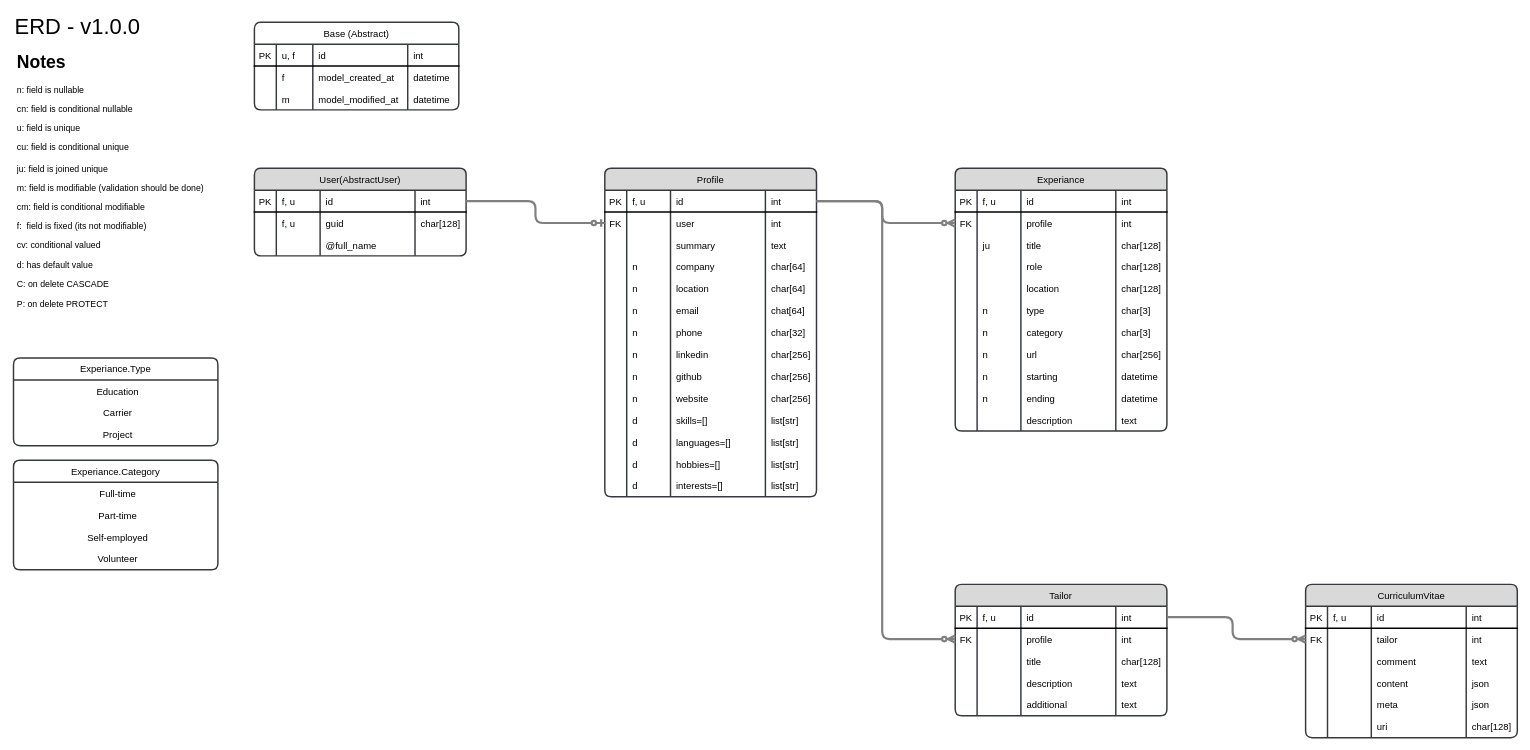
Earlier version of the draw.io diagram docs/ERD.drawio (TailorVitAI/backend). Source tidied: cells renumbered, new cells numbered last; positions are measured from the earlier drawing's top-left corner, leaving out a move shared by most shapes. Both pictures are drawn from the tidied source at 73%, with x=0, y=0 at pixel (13, 15).
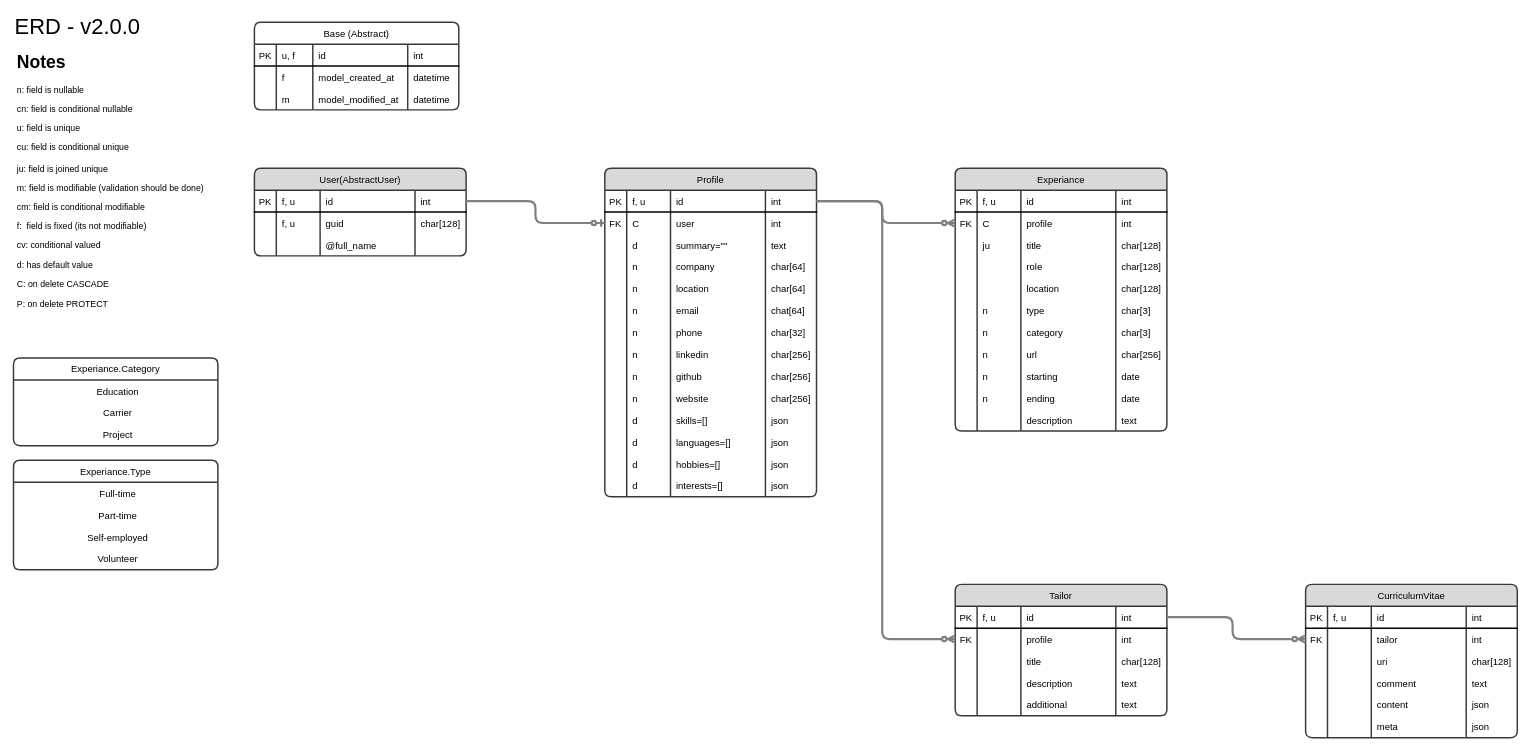
After the change.

The change refers to these unchanged cells:
```xml
<mxCell id="42" style="shape=tableRow;horizontal=0;startSize=0;swimlaneHead=0;swimlaneBody=0;fillColor=none;points=[[0,0.5],[1,0.5]];portConstraint=eastwest;top=0;left=0;right=0;bottom=0;rounded=1;strokeWidth=2;fontStyle=0;fontFamily=Helvetica;fontSize=13;" parent="36" vertex="1">
  <mxGeometry y="60" width="290" height="30" as="geometry" />
</mxCell>
<mxCell id="77" style="shape=tableRow;horizontal=0;startSize=0;swimlaneHead=0;swimlaneBody=0;fillColor=none;top=0;left=0;right=0;bottom=0;rounded=1;strokeWidth=2;fontStyle=0;fontFamily=Helvetica;fontSize=13;" parent="36" vertex="1">
  <mxGeometry y="270" width="290" height="30" as="geometry" />
</mxCell>
<mxCell id="82" style="shape=tableRow;horizontal=0;startSize=0;swimlaneHead=0;swimlaneBody=0;fillColor=none;top=0;left=0;right=0;bottom=0;rounded=1;strokeWidth=2;fontStyle=0;fontFamily=Helvetica;fontSize=13;" parent="36" vertex="1">
  <mxGeometry y="300" width="290" height="30" as="geometry" />
</mxCell>
<mxCell id="114" style="shape=tableRow;horizontal=0;startSize=0;swimlaneHead=0;swimlaneBody=0;fillColor=none;points=[[0,0.5],[1,0.5]];portConstraint=eastwest;top=0;left=0;right=0;bottom=0;rounded=1;strokeWidth=2;fontStyle=0;fontFamily=Helvetica;fontSize=13;" parent="108" vertex="1">
  <mxGeometry y="60" width="290" height="30" as="geometry" />
</mxCell>
<mxCell id="119" style="shape=tableRow;horizontal=0;startSize=0;swimlaneHead=0;swimlaneBody=0;fillColor=none;top=0;left=0;right=0;bottom=0;rounded=1;strokeWidth=2;fontStyle=0;fontFamily=Helvetica;fontSize=13;" parent="108" vertex="1">
  <mxGeometry y="90" width="290" height="30" as="geometry" />
</mxCell>
<mxCell id="159" style="shape=tableRow;horizontal=0;startSize=0;swimlaneHead=0;swimlaneBody=0;fillColor=none;top=0;left=0;right=0;bottom=0;rounded=1;strokeWidth=2;fontStyle=0;fontFamily=Helvetica;fontSize=13;" parent="108" vertex="1">
  <mxGeometry y="330" width="290" height="30" as="geometry" />
</mxCell>
<mxCell id="164" style="shape=tableRow;horizontal=0;startSize=0;swimlaneHead=0;swimlaneBody=0;fillColor=none;top=0;left=0;right=0;bottom=0;rounded=1;strokeWidth=2;fontStyle=0;fontFamily=Helvetica;fontSize=13;" parent="108" vertex="1">
  <mxGeometry y="360" width="290" height="30" as="geometry" />
</mxCell>
<mxCell id="169" style="shape=tableRow;horizontal=0;startSize=0;swimlaneHead=0;swimlaneBody=0;fillColor=none;top=0;left=0;right=0;bottom=0;rounded=1;strokeWidth=2;fontStyle=0;fontFamily=Helvetica;fontSize=13;" parent="108" vertex="1">
  <mxGeometry y="390" width="290" height="30" as="geometry" />
</mxCell>
<mxCell id="174" style="shape=tableRow;horizontal=0;startSize=0;swimlaneHead=0;swimlaneBody=0;fillColor=none;top=0;left=0;right=0;bottom=0;rounded=1;strokeWidth=2;fontStyle=0;fontFamily=Helvetica;fontSize=13;" parent="108" vertex="1">
  <mxGeometry y="420" width="290" height="30" as="geometry" />
</mxCell>
<mxCell id="208" value="CurriculumVitae" style="shape=table;startSize=30;childLayout=tableLayout;rowLines=0;fontStyle=0;align=center;rounded=1;sketch=0;shadow=0;swimlaneLine=1;labelBorderColor=none;labelBackgroundColor=none;enumerate=0;fillColor=#D9D9D9;strokeColor=#36393d;fontSize=13;spacing=7;spacingTop=0;verticalAlign=bottom;arcSize=10;strokeWidth=2;fontFamily=Helvetica;" parent="1" vertex="1">
  <mxGeometry x="1770" y="780" width="290" height="210" as="geometry" />
</mxCell>
```

Change to the diagram source:
```diff
@@
-    <mxCell id="18" value="&lt;font style=&quot;font-size: 30px;&quot;&gt;ERD - v1.0.0&lt;/font&gt;" style="text;html=1;strokeColor=none;fillColor=none;align=left;verticalAlign=middle;whiteSpace=wrap;rounded=0;" parent="1" vertex="1">
+    <mxCell id="18" value="&lt;font style=&quot;font-size: 30px;&quot;&gt;ERD - v2.0.0&lt;/font&gt;" style="text;html=1;strokeColor=none;fillColor=none;align=left;verticalAlign=middle;whiteSpace=wrap;rounded=0;" parent="1" vertex="1">
       <mxGeometry width="320" height="30" as="geometry" />
     </mxCell>
@@
-    <mxCell id="44" style="shape=partialRectangle;fillColor=none;top=0;left=0;bottom=0;right=0;align=left;spacingLeft=6;overflow=hidden;rounded=1;strokeWidth=2;fontStyle=0;fontFamily=Helvetica;fontSize=13;" parent="42" vertex="1">
+    <mxCell id="44" value="C" style="shape=partialRectangle;fillColor=none;top=0;left=0;bottom=0;right=0;align=left;spacingLeft=6;overflow=hidden;rounded=1;strokeWidth=2;fontStyle=0;fontFamily=Helvetica;fontSize=13;" parent="42" vertex="1">
       <mxGeometry x="30" width="60" height="30" as="geometry" />
     </mxCell>
@@
-    <mxCell id="81" value="datetime" style="shape=partialRectangle;fillColor=none;top=0;left=0;bottom=0;right=0;align=left;spacingLeft=6;overflow=hidden;rounded=1;strokeWidth=2;fontStyle=0;fontFamily=Helvetica;fontSize=13;" parent="77" vertex="1">
+    <mxCell id="81" value="date" style="shape=partialRectangle;fillColor=none;top=0;left=0;bottom=0;right=0;align=left;spacingLeft=6;overflow=hidden;rounded=1;strokeWidth=2;fontStyle=0;fontFamily=Helvetica;fontSize=13;" parent="77" vertex="1">
       <mxGeometry x="220" width="70" height="30" as="geometry" />
     </mxCell>
@@
-    <mxCell id="86" value="datetime" style="shape=partialRectangle;fillColor=none;top=0;left=0;bottom=0;right=0;align=left;spacingLeft=6;overflow=hidden;rounded=1;strokeWidth=2;fontStyle=0;fontFamily=Helvetica;fontSize=13;" parent="82" vertex="1">
+    <mxCell id="86" value="date" style="shape=partialRectangle;fillColor=none;top=0;left=0;bottom=0;right=0;align=left;spacingLeft=6;overflow=hidden;rounded=1;strokeWidth=2;fontStyle=0;fontFamily=Helvetica;fontSize=13;" parent="82" vertex="1">
       <mxGeometry x="220" width="70" height="30" as="geometry" />
     </mxCell>
@@
-    <mxCell id="92" value="Experiance.Type" style="shape=table;startSize=30;childLayout=tableLayout;rowLines=0;fontStyle=0;align=center;rounded=1;sketch=0;shadow=0;swimlaneLine=1;labelBorderColor=none;labelBackgroundColor=none;enumerate=0;fontSize=13;spacing=7;spacingTop=0;verticalAlign=bottom;fillColor=none;strokeColor=#36393d;arcSize=10;strokeWidth=2;fontFamily=Helvetica;" parent="1" vertex="1">
+    <mxCell id="92" value="Experiance.Category" style="shape=table;startSize=30;childLayout=tableLayout;rowLines=0;fontStyle=0;align=center;rounded=1;sketch=0;shadow=0;swimlaneLine=1;labelBorderColor=none;labelBackgroundColor=none;enumerate=0;fontSize=13;spacing=7;spacingTop=0;verticalAlign=bottom;fillColor=none;strokeColor=#36393d;arcSize=10;strokeWidth=2;fontFamily=Helvetica;" parent="1" vertex="1">
       <mxGeometry y="470" width="280" height="120" as="geometry" />
     </mxCell>
@@
-    <mxCell id="99" value="Experiance.Category" style="shape=table;startSize=30;childLayout=tableLayout;rowLines=0;fontStyle=0;align=center;rounded=1;sketch=0;shadow=0;swimlaneLine=1;labelBorderColor=none;labelBackgroundColor=none;enumerate=0;fontSize=13;spacing=7;spacingTop=0;verticalAlign=bottom;fillColor=none;strokeColor=#36393d;arcSize=10;strokeWidth=2;fontFamily=Helvetica;" parent="1" vertex="1">
+    <mxCell id="99" value="Experiance.Type" style="shape=table;startSize=30;childLayout=tableLayout;rowLines=0;fontStyle=0;align=center;rounded=1;sketch=0;shadow=0;swimlaneLine=1;labelBorderColor=none;labelBackgroundColor=none;enumerate=0;fontSize=13;spacing=7;spacingTop=0;verticalAlign=bottom;fillColor=none;strokeColor=#36393d;arcSize=10;strokeWidth=2;fontFamily=Helvetica;" parent="1" vertex="1">
       <mxGeometry y="610" width="280" height="150" as="geometry" />
     </mxCell>
@@
-    <mxCell id="116" style="shape=partialRectangle;fillColor=none;top=0;left=0;bottom=0;right=0;align=left;spacingLeft=6;overflow=hidden;rounded=1;strokeWidth=2;fontStyle=0;fontFamily=Helvetica;fontSize=13;" parent="114" vertex="1">
+    <mxCell id="116" value="C" style="shape=partialRectangle;fillColor=none;top=0;left=0;bottom=0;right=0;align=left;spacingLeft=6;overflow=hidden;rounded=1;strokeWidth=2;fontStyle=0;fontFamily=Helvetica;fontSize=13;" parent="114" vertex="1">
       <mxGeometry x="30" width="60" height="30" as="geometry" />
     </mxCell>
@@
-    <mxCell id="121" style="shape=partialRectangle;fillColor=none;top=0;left=0;bottom=0;right=0;align=left;spacingLeft=6;overflow=hidden;rounded=1;strokeWidth=2;fontStyle=0;fontFamily=Helvetica;fontSize=13;" parent="119" vertex="1">
+    <mxCell id="121" value="d" style="shape=partialRectangle;fillColor=none;top=0;left=0;bottom=0;right=0;align=left;spacingLeft=6;overflow=hidden;rounded=1;strokeWidth=2;fontStyle=0;fontFamily=Helvetica;fontSize=13;" parent="119" vertex="1">
       <mxGeometry x="30" width="60" height="30" as="geometry" />
     </mxCell>
-    <mxCell id="122" value="summary" style="shape=partialRectangle;fillColor=none;top=0;left=0;bottom=0;right=0;align=left;spacingLeft=6;overflow=hidden;rounded=1;strokeWidth=2;fontStyle=0;fontFamily=Helvetica;fontSize=13;" parent="119" vertex="1">
+    <mxCell id="122" value="summary=&quot;&quot;" style="shape=partialRectangle;fillColor=none;top=0;left=0;bottom=0;right=0;align=left;spacingLeft=6;overflow=hidden;rounded=1;strokeWidth=2;fontStyle=0;fontFamily=Helvetica;fontSize=13;" parent="119" vertex="1">
       <mxGeometry x="90" width="130" height="30" as="geometry" />
     </mxCell>
@@
-    <mxCell id="163" value="list[str]" style="shape=partialRectangle;fillColor=none;top=0;left=0;bottom=0;right=0;align=left;spacingLeft=6;overflow=hidden;rounded=1;strokeWidth=2;fontStyle=0;fontFamily=Helvetica;fontSize=13;" parent="159" vertex="1">
+    <mxCell id="163" value="json" style="shape=partialRectangle;fillColor=none;top=0;left=0;bottom=0;right=0;align=left;spacingLeft=6;overflow=hidden;rounded=1;strokeWidth=2;fontStyle=0;fontFamily=Helvetica;fontSize=13;" parent="159" vertex="1">
       <mxGeometry x="220" width="70" height="30" as="geometry" />
     </mxCell>
@@
-    <mxCell id="168" value="list[str]" style="shape=partialRectangle;fillColor=none;top=0;left=0;bottom=0;right=0;align=left;spacingLeft=6;overflow=hidden;rounded=1;strokeWidth=2;fontStyle=0;fontFamily=Helvetica;fontSize=13;" parent="164" vertex="1">
+    <mxCell id="168" value="json" style="shape=partialRectangle;fillColor=none;top=0;left=0;bottom=0;right=0;align=left;spacingLeft=6;overflow=hidden;rounded=1;strokeWidth=2;fontStyle=0;fontFamily=Helvetica;fontSize=13;" parent="164" vertex="1">
       <mxGeometry x="220" width="70" height="30" as="geometry" />
     </mxCell>
@@
-    <mxCell id="173" value="list[str]" style="shape=partialRectangle;fillColor=none;top=0;left=0;bottom=0;right=0;align=left;spacingLeft=6;overflow=hidden;rounded=1;strokeWidth=2;fontStyle=0;fontFamily=Helvetica;fontSize=13;" parent="169" vertex="1">
+    <mxCell id="173" value="json" style="shape=partialRectangle;fillColor=none;top=0;left=0;bottom=0;right=0;align=left;spacingLeft=6;overflow=hidden;rounded=1;strokeWidth=2;fontStyle=0;fontFamily=Helvetica;fontSize=13;" parent="169" vertex="1">
       <mxGeometry x="220" width="70" height="30" as="geometry" />
     </mxCell>
@@
-    <mxCell id="178" value="list[str]" style="shape=partialRectangle;fillColor=none;top=0;left=0;bottom=0;right=0;align=left;spacingLeft=6;overflow=hidden;rounded=1;strokeWidth=2;fontStyle=0;fontFamily=Helvetica;fontSize=13;" parent="174" vertex="1">
+    <mxCell id="178" value="json" style="shape=partialRectangle;fillColor=none;top=0;left=0;bottom=0;right=0;align=left;spacingLeft=6;overflow=hidden;rounded=1;strokeWidth=2;fontStyle=0;fontFamily=Helvetica;fontSize=13;" parent="174" vertex="1">
       <mxGeometry x="220" width="70" height="30" as="geometry" />
     </mxCell>
@@
+    <mxCell id="234" style="shape=tableRow;horizontal=0;startSize=0;swimlaneHead=0;swimlaneBody=0;fillColor=none;top=0;left=0;right=0;bottom=1;rounded=1;strokeWidth=2;fontStyle=0;fontFamily=Helvetica;fontSize=13;strokeColor=none;" parent="208" vertex="1">
+      <mxGeometry y="90" width="290" height="30" as="geometry" />
+    </mxCell>
+    <mxCell id="235" style="shape=partialRectangle;fillColor=none;top=0;left=0;bottom=0;right=0;fontStyle=0;overflow=hidden;rounded=1;strokeWidth=2;fontFamily=Helvetica;fontSize=13;" parent="234" vertex="1">
+      <mxGeometry width="30" height="30" as="geometry" />
+    </mxCell>
+    <mxCell id="236" style="shape=partialRectangle;fillColor=none;top=0;left=0;bottom=0;right=0;align=left;spacingLeft=6;fontStyle=0;overflow=hidden;rounded=1;strokeWidth=2;fontFamily=Helvetica;fontSize=13;strokeColor=default;" parent="234" vertex="1">
+      <mxGeometry x="30" width="60" height="30" as="geometry" />
+    </mxCell>
+    <mxCell id="237" value="uri" style="shape=partialRectangle;fillColor=none;top=0;left=0;bottom=0;right=0;align=left;spacingLeft=6;fontStyle=0;overflow=hidden;rounded=1;strokeWidth=2;fontFamily=Helvetica;fontSize=13;" parent="234" vertex="1">
+      <mxGeometry x="90" width="130" height="30" as="geometry" />
+    </mxCell>
+    <mxCell id="238" value="char[128]" style="shape=partialRectangle;fillColor=none;top=0;left=0;bottom=0;right=0;align=left;spacingLeft=6;fontStyle=0;overflow=hidden;rounded=1;strokeWidth=2;fontFamily=Helvetica;fontSize=13;" parent="234" vertex="1">
+      <mxGeometry x="220" width="70" height="30" as="geometry" />
+    </mxCell>
     <mxCell id="219" style="shape=tableRow;horizontal=0;startSize=0;swimlaneHead=0;swimlaneBody=0;fillColor=none;top=0;left=0;right=0;bottom=1;rounded=1;strokeWidth=2;fontStyle=0;fontFamily=Helvetica;fontSize=13;strokeColor=none;" parent="208" vertex="1">
-      <mxGeometry y="90" width="290" height="30" as="geometry" />
+      <mxGeometry y="120" width="290" height="30" as="geometry" />
     </mxCell>
@@
     <mxCell id="224" style="shape=tableRow;horizontal=0;startSize=0;swimlaneHead=0;swimlaneBody=0;fillColor=none;top=0;left=0;right=0;bottom=1;rounded=1;strokeWidth=2;fontStyle=0;fontFamily=Helvetica;fontSize=13;strokeColor=none;" parent="208" vertex="1">
-      <mxGeometry y="120" width="290" height="30" as="geometry" />
+      <mxGeometry y="150" width="290" height="30" as="geometry" />
     </mxCell>
@@
     <mxCell id="229" style="shape=tableRow;horizontal=0;startSize=0;swimlaneHead=0;swimlaneBody=0;fillColor=none;top=0;left=0;right=0;bottom=1;rounded=1;strokeWidth=2;fontStyle=0;fontFamily=Helvetica;fontSize=13;strokeColor=none;" parent="208" vertex="1">
-      <mxGeometry y="150" width="290" height="30" as="geometry" />
+      <mxGeometry y="180" width="290" height="30" as="geometry" />
     </mxCell>
@@
-    <mxCell id="234" style="shape=tableRow;horizontal=0;startSize=0;swimlaneHead=0;swimlaneBody=0;fillColor=none;top=0;left=0;right=0;bottom=1;rounded=1;strokeWidth=2;fontStyle=0;fontFamily=Helvetica;fontSize=13;strokeColor=none;" parent="208" vertex="1">
-      <mxGeometry y="180" width="290" height="30" as="geometry" />
-    </mxCell>
-    <mxCell id="235" style="shape=partialRectangle;fillColor=none;top=0;left=0;bottom=0;right=0;fontStyle=0;overflow=hidden;rounded=1;strokeWidth=2;fontFamily=Helvetica;fontSize=13;" parent="234" vertex="1">
-      <mxGeometry width="30" height="30" as="geometry" />
-    </mxCell>
-    <mxCell id="236" style="shape=partialRectangle;fillColor=none;top=0;left=0;bottom=0;right=0;align=left;spacingLeft=6;fontStyle=0;overflow=hidden;rounded=1;strokeWidth=2;fontFamily=Helvetica;fontSize=13;strokeColor=default;" parent="234" vertex="1">
-      <mxGeometry x="30" width="60" height="30" as="geometry" />
-    </mxCell>
-    <mxCell id="237" value="uri" style="shape=partialRectangle;fillColor=none;top=0;left=0;bottom=0;right=0;align=left;spacingLeft=6;fontStyle=0;overflow=hidden;rounded=1;strokeWidth=2;fontFamily=Helvetica;fontSize=13;" parent="234" vertex="1">
-      <mxGeometry x="90" width="130" height="30" as="geometry" />
-    </mxCell>
-    <mxCell id="238" value="char[128]" style="shape=partialRectangle;fillColor=none;top=0;left=0;bottom=0;right=0;align=left;spacingLeft=6;fontStyle=0;overflow=hidden;rounded=1;strokeWidth=2;fontFamily=Helvetica;fontSize=13;" parent="234" vertex="1">
-      <mxGeometry x="220" width="70" height="30" as="geometry" />
-    </mxCell>
```
